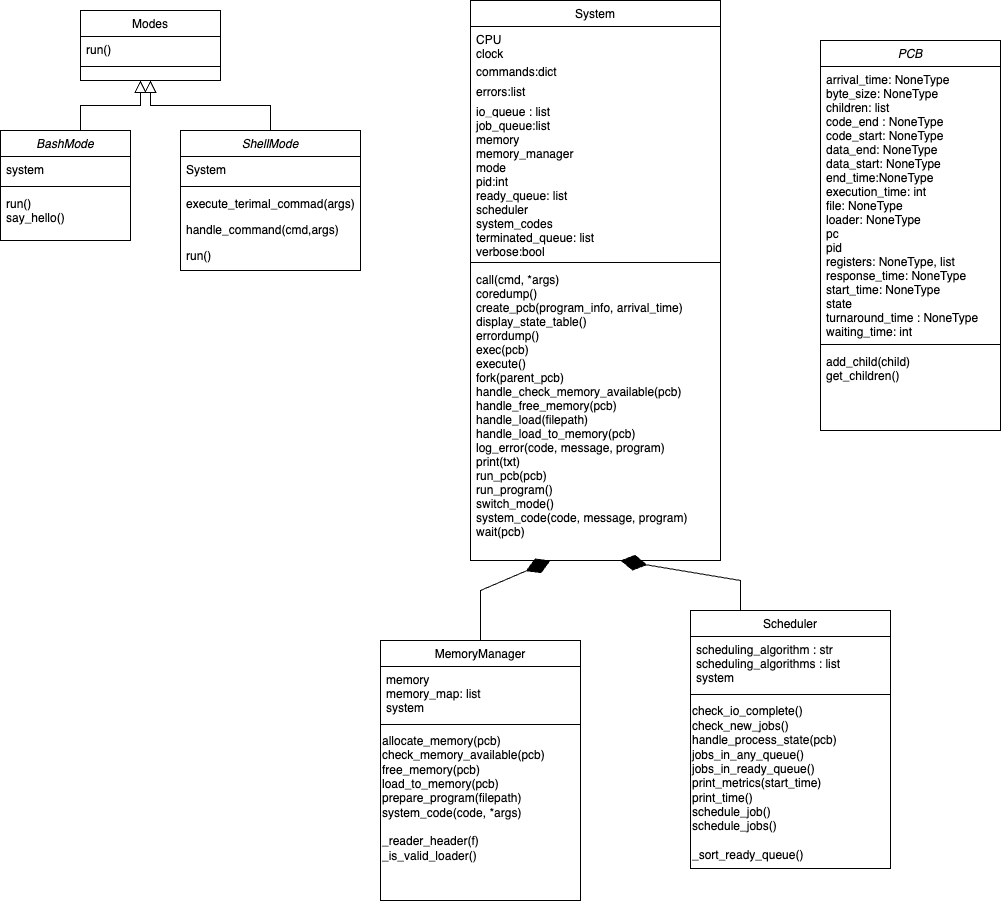
Before: directions/M3_class_diagram.drawio.png, a diagram exported from draw.io (Luly7/new-repo). Source tidied: cells renumbered, new cells last; positions are measured from the earlier drawing's top-left corner, leaving out a move shared by most shapes.
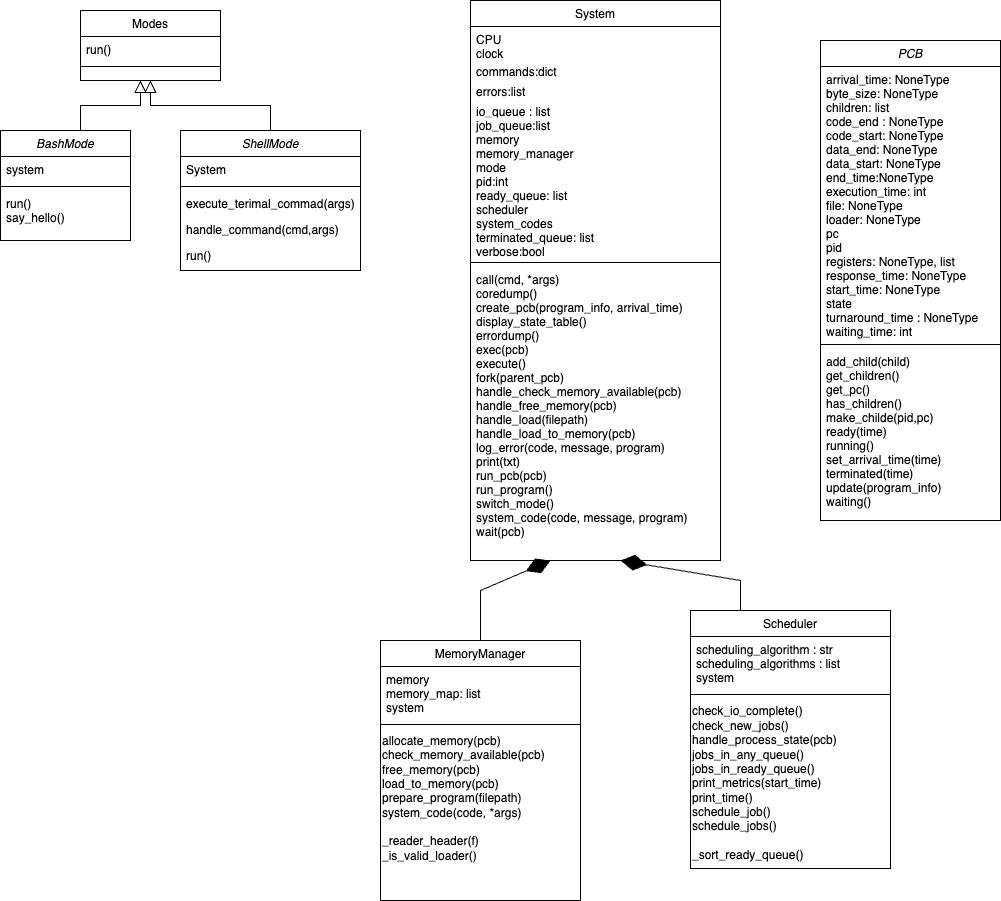
Later version of the same file.

Diff of the diagram source:
```diff
@@ -118,7 +118,7 @@
       </mxGeometry>
     </mxCell>
     <mxCell id="36" value="PCB" style="swimlane;fontStyle=2;align=center;verticalAlign=top;horizontal=1;startSize=26;rounded=0;shadow=0;strokeWidth=1;" parent="1" vertex="1">
-      <mxGeometry x="820" y="40" width="180" height="390" as="geometry" />
+      <mxGeometry x="820" y="40" width="180" height="480" as="geometry" />
     </mxCell>
     <mxCell id="37" value="arrival_time: NoneType&#10;byte_size: NoneType&#10;children: list&#10;code_end : NoneType&#10;code_start: NoneType&#10;data_end: NoneType&#10;data_start: NoneType&#10;end_time:NoneType&#10;execution_time: int&#10;file: NoneType&#10;loader: NoneType&#10;pc&#10;pid&#10;registers: NoneType, list&#10;response_time: NoneType&#10;start_time: NoneType&#10;state&#10;turnaround_time : NoneType&#10;waiting_time: int&#10;" style="text;align=left;verticalAlign=top;spacingLeft=4;spacingRight=4;overflow=hidden;rounded=0;shadow=0;html=0;" parent="36" vertex="1">
       <mxGeometry y="26" width="180" height="274" as="geometry" />
@@ -126,8 +126,8 @@
     <mxCell id="38" style="line;html=1;strokeWidth=1;align=left;verticalAlign=middle;spacingTop=-1;spacingLeft=3;spacingRight=3;labelPosition=right;" parent="36" vertex="1">
       <mxGeometry y="300" width="180" height="8" as="geometry" />
     </mxCell>
-    <mxCell id="39" value="add_child(child)&#10;get_children()&#10;" style="text;align=left;verticalAlign=top;spacingLeft=4;spacingRight=4;overflow=hidden;" parent="36" vertex="1">
-      <mxGeometry y="308" width="180" height="72" as="geometry" />
+    <mxCell id="39" value="add_child(child)&#10;get_children()&#10;get_pc()&#10;has_children()&#10;make_childe(pid,pc)&#10;ready(time)&#10;running()&#10;set_arrival_time(time)&#10;terminated(time)&#10;update(program_info)&#10;waiting()&#10;" style="text;align=left;verticalAlign=top;spacingLeft=4;spacingRight=4;overflow=hidden;" parent="36" vertex="1">
+      <mxGeometry y="308" width="180" height="172" as="geometry" />
     </mxCell>
   </root>
 </mxGraphModel>
```
